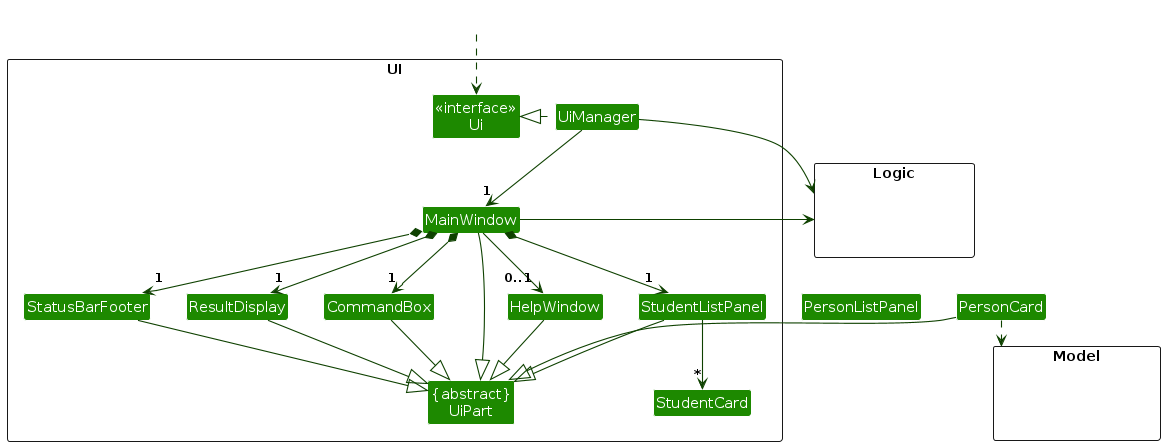
Before: diagrams/UiClassDiagram.png, a diagram exported from PlantUML (AY2324S1-CS2103T-T11-1/tp). Its source is kept beside it as diagrams/UiClassDiagram.puml.
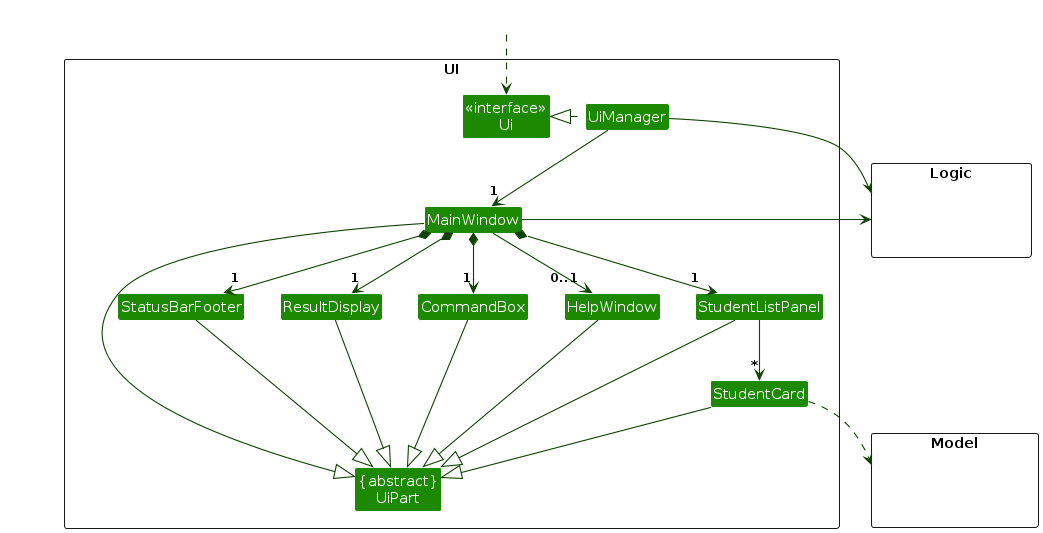
The same diagram one commit later.

Change to the diagram source:
```diff
@@ -43,15 +43,14 @@
 ResultDisplay --|> UiPart
 CommandBox --|> UiPart
 StudentListPanel --|> UiPart
-PersonCard --|> UiPart
+StudentCard --|> UiPart
 StatusBarFooter --|> UiPart
 HelpWindow --|> UiPart
 
-PersonCard ..> Model
+StudentCard ..> Model
 UiManager -right-> Logic
 MainWindow -left-> Logic
 
-PersonListPanel -[hidden]left- HelpWindow
 HelpWindow -[hidden]left- CommandBox
 CommandBox -[hidden]left- ResultDisplay
 ResultDisplay -[hidden]left- StatusBarFooter
```
